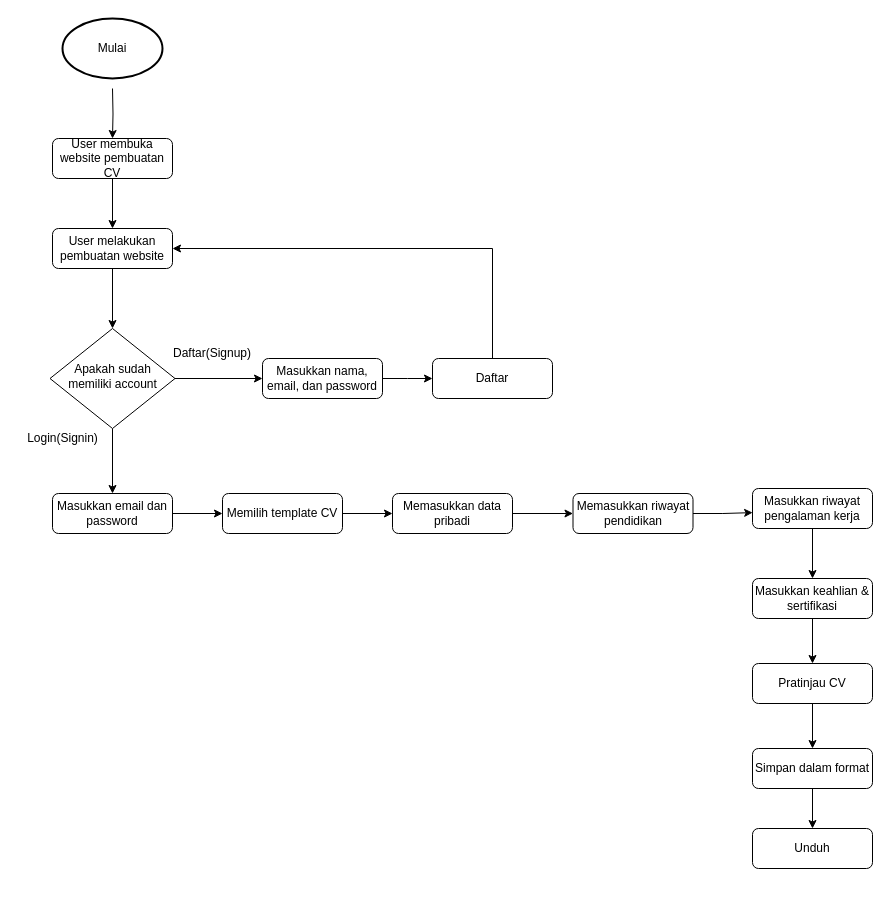
Above: assets/Diagram/Flowchart AmplopKu.drawio in fdhliakbar/amplopku (draw.io), before the change. Source tidied: cells renumbered, new cells numbered last; positions are measured from the earlier drawing's top-left corner, leaving out a move shared by most shapes. Both pictures are drawn from the tidied source at 100%, with x=0, y=0 at pixel (17, 18).
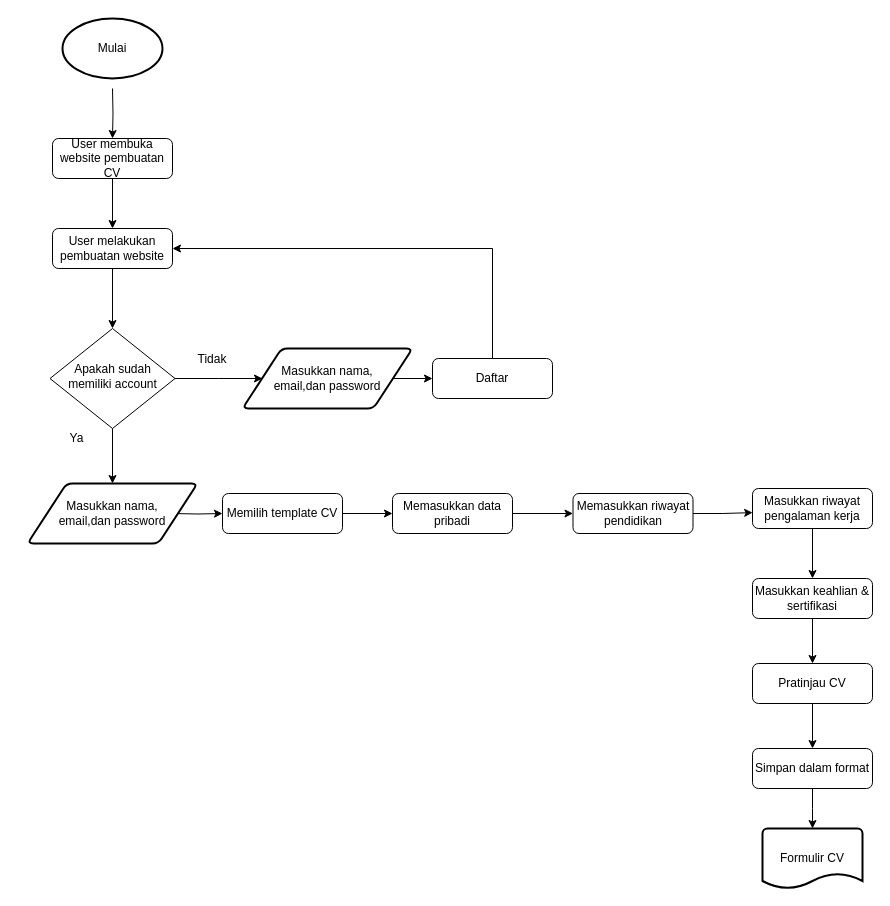
The same diagram, later.

Unchanged cells that the change refers to:
```xml
<mxCell id="12" value="Apakah sudah memiliki account" style="rhombus;whiteSpace=wrap;html=1;shadow=0;fontFamily=Helvetica;fontSize=12;align=center;strokeWidth=1;spacing=6;spacingTop=-4;" parent="1" vertex="1">
  <mxGeometry x="32.5" y="310" width="125" height="100" as="geometry" />
</mxCell>
<mxCell id="18" value="Memilih template CV" style="rounded=1;whiteSpace=wrap;html=1;fontSize=12;glass=0;strokeWidth=1;shadow=0;" parent="1" vertex="1">
  <mxGeometry x="205" y="475" width="120" height="40" as="geometry" />
</mxCell>
<mxCell id="30" value="Simpan dalam format" style="rounded=1;whiteSpace=wrap;html=1;fontSize=12;glass=0;strokeWidth=1;shadow=0;" parent="1" vertex="1">
  <mxGeometry x="735" y="730" width="120" height="40" as="geometry" />
</mxCell>
```

The edit, as a diff of the source:
```diff
@@
-    <mxCell id="6" style="edgeStyle=orthogonalEdgeStyle;rounded=0;jettySize=auto;html=1;" parent="1" edge="1" source="7" target="18">
-      <mxGeometry relative="1" as="geometry" />
+    <mxCell id="6" style="edgeStyle=orthogonalEdgeStyle;rounded=0;jettySize=auto;html=1;" parent="1" edge="1" target="18">
+      <mxGeometry relative="1" as="geometry">
+        <mxPoint x="155" y="495" as="sourcePoint" />
+      </mxGeometry>
     </mxCell>
-    <mxCell id="7" value="Masukkan email dan password" style="rounded=1;whiteSpace=wrap;html=1;fontSize=12;glass=0;strokeWidth=1;shadow=0;" parent="1" vertex="1">
-      <mxGeometry x="35" y="475" width="120" height="40" as="geometry" />
-    </mxCell>
@@
-    <mxCell id="10" style="edgeStyle=orthogonalEdgeStyle;rounded=0;jettySize=auto;html=1;" parent="1" edge="1" source="12" target="14">
-      <mxGeometry relative="1" as="geometry" />
+    <mxCell id="10" style="edgeStyle=orthogonalEdgeStyle;rounded=0;jettySize=auto;html=1;" parent="1" edge="1" source="12">
+      <mxGeometry relative="1" as="geometry">
+        <mxPoint x="245" y="360" as="targetPoint" />
+      </mxGeometry>
     </mxCell>
-    <mxCell id="11" style="edgeStyle=orthogonalEdgeStyle;rounded=0;jettySize=auto;html=1;" parent="1" edge="1" source="12" target="7">
-      <mxGeometry relative="1" as="geometry" />
-    </mxCell>
+    <mxCell id="34" style="edgeStyle=orthogonalEdgeStyle;rounded=0;jettySize=auto;html=1;entryX=0.5;entryY=0;entryDx=0;entryDy=0;" parent="1" edge="1" source="12" target="36">
+      <mxGeometry relative="1" as="geometry" />
+    </mxCell>
@@
-    <mxCell id="13" style="edgeStyle=orthogonalEdgeStyle;rounded=0;jettySize=auto;html=1;" parent="1" edge="1" source="14">
+    <mxCell id="13" style="edgeStyle=orthogonalEdgeStyle;rounded=0;orthogonalLoop=1;jettySize=auto;html=1;" parent="1" edge="1">
       <mxGeometry relative="1" as="geometry">
+        <mxPoint x="365" y="360" as="sourcePoint" />
         <mxPoint x="415" y="360" as="targetPoint" />
       </mxGeometry>
     </mxCell>
-    <mxCell id="14" value="Masukkan nama, email, dan password" style="rounded=1;whiteSpace=wrap;html=1;fontSize=12;glass=0;strokeWidth=1;shadow=0;" parent="1" vertex="1">
-      <mxGeometry x="245" y="340" width="120" height="40" as="geometry" />
-    </mxCell>
-    <mxCell id="15" value="Daftar(Signup)" style="text;strokeColor=none;align=center;fillColor=none;html=1;verticalAlign=middle;whiteSpace=wrap;rounded=0;" parent="1" vertex="1">
-      <mxGeometry x="165" y="320" width="60" height="30" as="geometry" />
+    <mxCell id="15" value="Tidak" style="text;strokeColor=none;align=center;fillColor=none;html=1;verticalAlign=middle;whiteSpace=wrap;rounded=0;" parent="1" vertex="1">
+      <mxGeometry x="165" y="326" width="60" height="30" as="geometry" />
     </mxCell>
-    <mxCell id="16" value="Login(Signin)" style="text;html=1;align=center;verticalAlign=middle;strokeColor=none;fillColor=none;" parent="1" vertex="1">
-      <mxGeometry y="405" width="90" height="30" as="geometry" />
+    <mxCell id="16" value="Ya" style="text;html=1;align=center;verticalAlign=middle;strokeColor=none;fillColor=none;" parent="1" vertex="1">
+      <mxGeometry x="39" y="405" width="40" height="30" as="geometry" />
     </mxCell>
@@
-    <mxCell id="29" style="edgeStyle=orthogonalEdgeStyle;rounded=0;jettySize=auto;html=1;entryX=0.5;entryY=0;entryDx=0;entryDy=0;" parent="1" edge="1" source="30" target="32">
-      <mxGeometry relative="1" as="geometry" />
+    <mxCell id="29" style="edgeStyle=orthogonalEdgeStyle;rounded=0;jettySize=auto;html=1;entryX=0.5;entryY=0;entryDx=0;entryDy=0;" parent="1" edge="1" source="30">
+      <mxGeometry relative="1" as="geometry">
+        <mxPoint x="795" y="810" as="targetPoint" />
+      </mxGeometry>
     </mxCell>
@@
-    <mxCell id="32" value="Unduh" style="rounded=1;whiteSpace=wrap;html=1;fontSize=12;glass=0;strokeWidth=1;shadow=0;" parent="1" vertex="1">
-      <mxGeometry x="735" y="810" width="120" height="40" as="geometry" />
-    </mxCell>
@@
+    <mxCell id="35" value="Masukkan nama,&lt;div&gt;email,dan password&lt;/div&gt;" style="shape=parallelogram;html=1;strokeWidth=2;perimeter=parallelogramPerimeter;whiteSpace=wrap;rounded=1;arcSize=12;size=0.23;" parent="1" vertex="1">
+      <mxGeometry x="225" y="330" width="170" height="60" as="geometry" />
+    </mxCell>
+    <mxCell id="36" value="Masukkan nama,&lt;div&gt;email,dan password&lt;/div&gt;" style="shape=parallelogram;html=1;strokeWidth=2;perimeter=parallelogramPerimeter;whiteSpace=wrap;rounded=1;arcSize=12;size=0.23;" parent="1" vertex="1">
+      <mxGeometry x="10" y="465" width="170" height="60" as="geometry" />
+    </mxCell>
+    <mxCell id="37" value="Formulir CV" style="strokeWidth=2;html=1;shape=mxgraph.flowchart.document2;whiteSpace=wrap;size=0.25;" parent="1" vertex="1">
+      <mxGeometry x="745" y="810" width="100" height="60" as="geometry" />
+    </mxCell>
```
